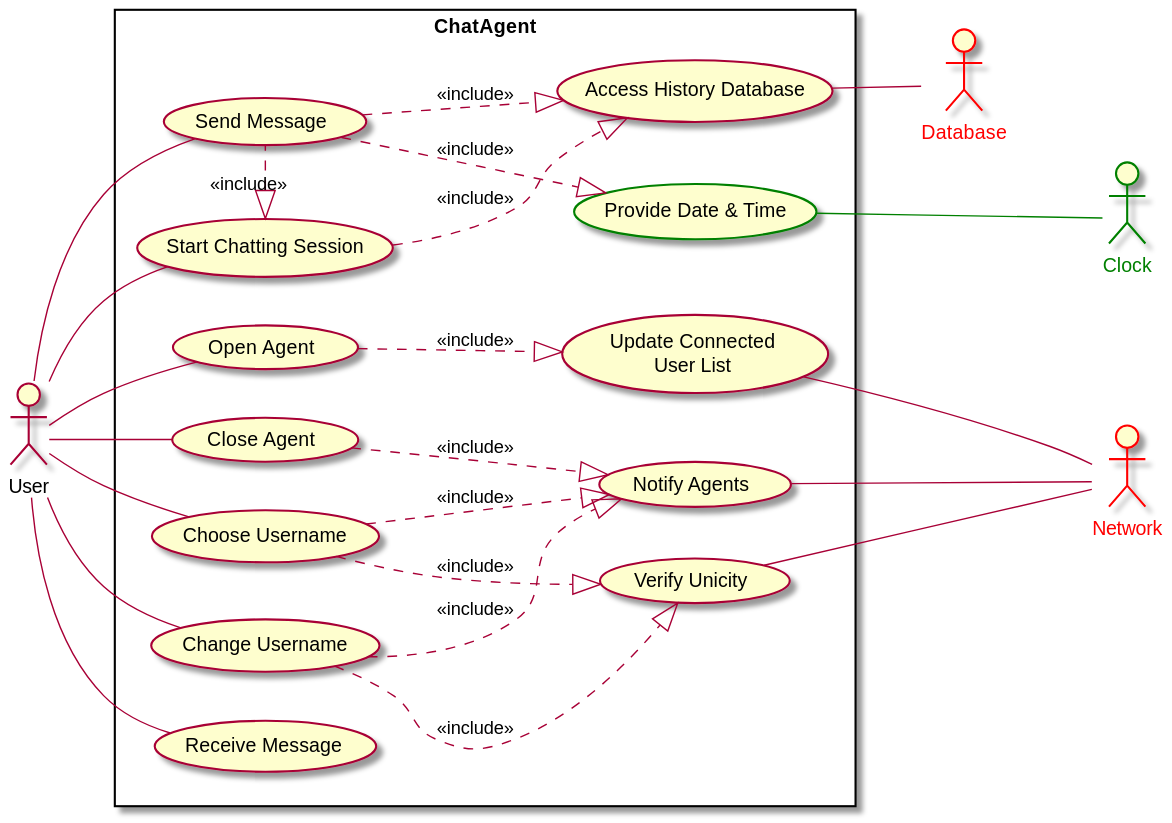
The PlantUML diagram PlantUML/usecase.svg in scanim-valentin/decentralized-chat-system, before a commit. Its diagram source:
```plantuml
@startuml usecase
left to right direction
:User: as user
    :Network: as network #line:red;text:red
    :Database: as db #line:red;text:red
    :Clock: as clock #line:green;text:green
rectangle ChatAgent{

 user--(Open Agent)
 user--(Close Agent)
 user--(Change Username)
 user--(Choose Username)
 user--(Start Chatting Session)

(Notify Agents)---network
(Verify Unicity)---network
(Update Connected\nUser List)--network
(Access History Database)--db

 (Provide Date & Time) #line:green
 (Provide Date & Time)---clock #green

 user--(Send Message)
 user--(Receive Message)

 (Close Agent)..|>(Notify Agents) : <<include>>

 (Start Chatting Session)<|.(Send Message) : <<include>>
 (Start Chatting Session)..|>(Access History Database) : <<include>>
 (Send Message)..|>(Access History Database) : <<include>>
 (Send Message)..|>(Provide Date & Time) : <<include>>

 (Open Agent)..|>(Update Connected\nUser List) : <<include>>
 (Change Username)..|>(Notify Agents) : <<include>>
 (Choose Username)..|>(Notify Agents) : <<include>>
 (Choose Username)..|>(Verify Unicity) : <<include>>
 (Change Username)..|>(Verify Unicity) : <<include>>

}
@enduml
```
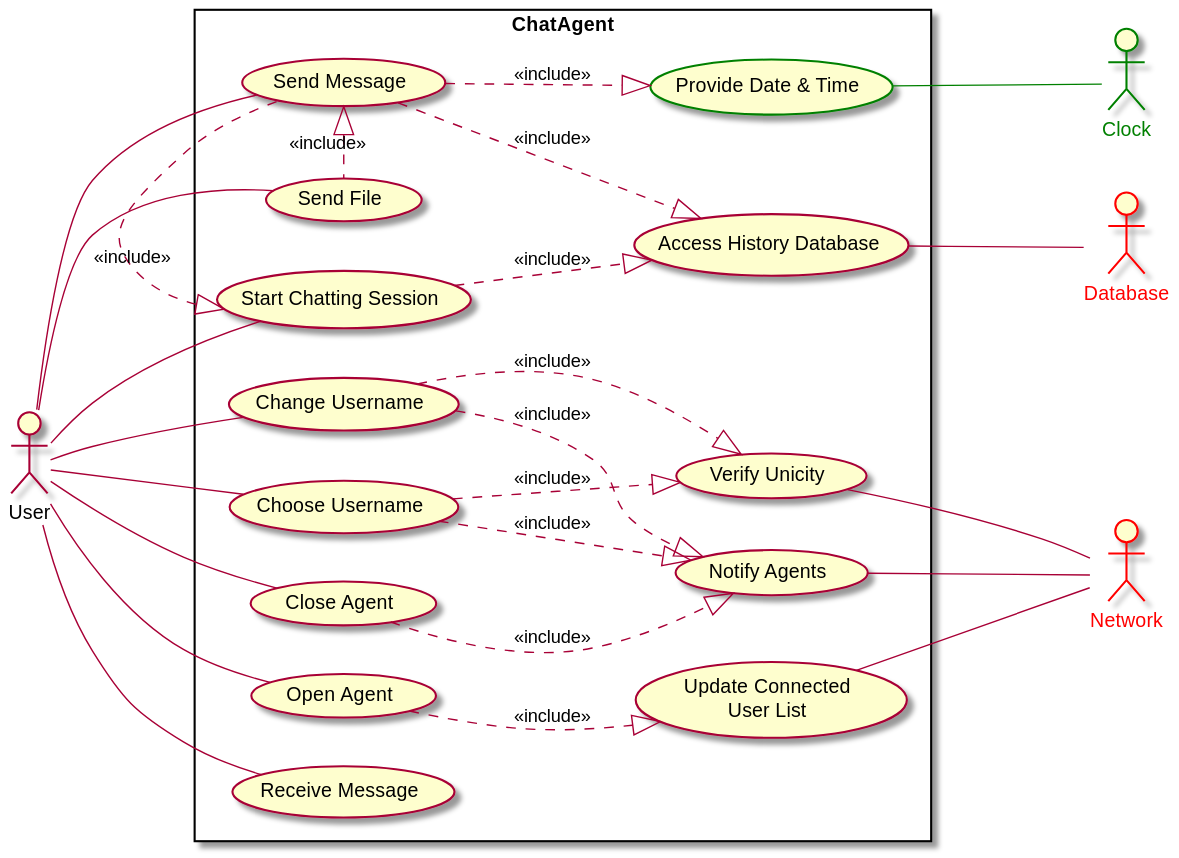
The same diagram one commit later.

Commit message:
added file transfert usecase

Change to the diagram source:
```diff
@@ -15,18 +15,21 @@
 (Notify Agents)---network
 (Verify Unicity)---network
 (Update Connected\nUser List)--network
-(Access History Database)--db
+(Access History Database)---db
 
  (Provide Date & Time) #line:green
  (Provide Date & Time)---clock #green
 
  user--(Send Message)
+ user--(Send File)
  user--(Receive Message)
+
+ (Send Message)<|.(Send File) : <<include>>
 
  (Close Agent)..|>(Notify Agents) : <<include>>
 
  (Start Chatting Session)<|.(Send Message) : <<include>>
- (Start Chatting Session)..|>(Access History Database) : <<include>>
+ (Start Chatting Session).|>(Access History Database) : <<include>>
  (Send Message)..|>(Access History Database) : <<include>>
  (Send Message)..|>(Provide Date & Time) : <<include>>
 
```
